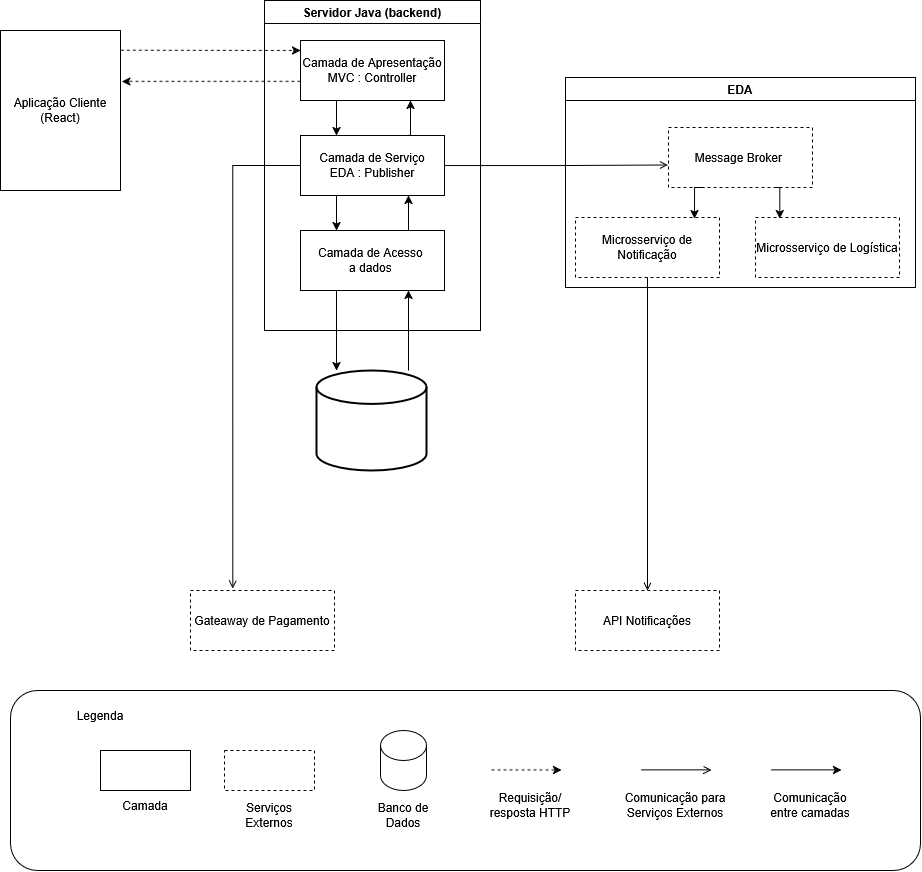
The draw.io diagram Diagramas/visao-arquitetural/Visao arquitetural.drawio.png in vaniacourses/Floricultura-PRPP, before a commit. Source tidied: cells renumbered, new cells last; positions are measured from the earlier drawing's top-left corner, leaving out a move shared by most shapes.
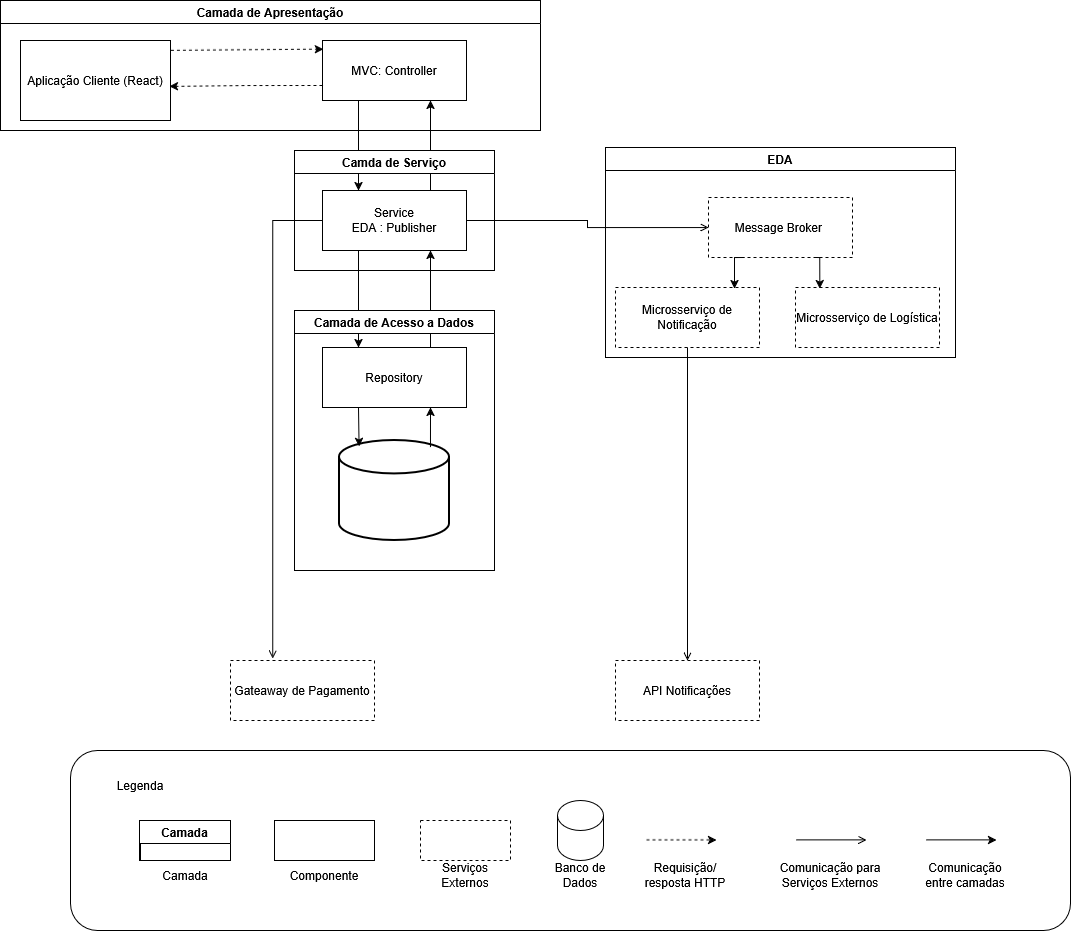
The same file after the commit.

Commit message:
Atualizar diagrama de Visão Arquitetural

Change to the diagram source:
```diff
@@ -2,40 +2,8 @@
   <root>
     <mxCell id="0" />
     <mxCell id="1" parent="0" />
-    <mxCell id="2" value="Aplicação Cliente (React)" style="rounded=0;whiteSpace=wrap;html=1;" parent="1" vertex="1">
-      <mxGeometry y="30" width="120" height="160" as="geometry" />
-    </mxCell>
-    <mxCell id="3" value="Servidor Java (backend)" style="swimlane;" parent="1" vertex="1">
-      <mxGeometry x="264" width="216" height="330" as="geometry" />
-    </mxCell>
-    <mxCell id="4" style="edgeStyle=orthogonalEdgeStyle;rounded=0;jettySize=auto;html=1;entryX=0.25;entryY=0;entryDx=0;entryDy=0;exitX=0.25;exitY=1;exitDx=0;exitDy=0;" parent="3" edge="1" source="5" target="8">
-      <mxGeometry relative="1" as="geometry" />
-    </mxCell>
-    <mxCell id="5" value="&lt;div&gt;Camada de Apresentação&lt;/div&gt;&lt;div&gt;MVC : Controller&lt;/div&gt;" style="rounded=0;whiteSpace=wrap;html=1;" parent="3" vertex="1">
-      <mxGeometry x="36" y="40" width="144" height="60" as="geometry" />
-    </mxCell>
-    <mxCell id="6" style="edgeStyle=orthogonalEdgeStyle;rounded=0;jettySize=auto;html=1;entryX=0.25;entryY=0;entryDx=0;entryDy=0;exitX=0.25;exitY=1;exitDx=0;exitDy=0;" parent="3" edge="1" source="8" target="10">
-      <mxGeometry relative="1" as="geometry" />
-    </mxCell>
-    <mxCell id="7" style="edgeStyle=orthogonalEdgeStyle;rounded=0;jettySize=auto;html=1;exitX=0.75;exitY=0;exitDx=0;exitDy=0;" parent="3" edge="1" source="8">
-      <mxGeometry relative="1" as="geometry">
-        <mxPoint x="146" y="100" as="targetPoint" />
-        <Array as="points">
-          <mxPoint x="146" y="135" />
-        </Array>
-      </mxGeometry>
-    </mxCell>
-    <mxCell id="8" value="&lt;div&gt;Camada de Serviço&lt;/div&gt;&lt;div&gt;EDA : Publisher&lt;/div&gt;" style="rounded=0;whiteSpace=wrap;html=1;" parent="3" vertex="1">
-      <mxGeometry x="36" y="135" width="144" height="60" as="geometry" />
-    </mxCell>
-    <mxCell id="9" style="edgeStyle=orthogonalEdgeStyle;rounded=0;jettySize=auto;html=1;entryX=0.75;entryY=1;entryDx=0;entryDy=0;exitX=0.75;exitY=0;exitDx=0;exitDy=0;" parent="3" edge="1" source="10" target="8">
-      <mxGeometry relative="1" as="geometry" />
-    </mxCell>
-    <mxCell id="10" value="Camada de Acesso&amp;nbsp;&lt;div&gt;a dados&amp;nbsp;&lt;/div&gt;" style="rounded=0;whiteSpace=wrap;html=1;" parent="3" vertex="1">
-      <mxGeometry x="36" y="230" width="144" height="60" as="geometry" />
-    </mxCell>
     <mxCell id="11" style="strokeWidth=2;html=1;shape=mxgraph.flowchart.database;whiteSpace=wrap;" parent="1" vertex="1">
-      <mxGeometry x="316" y="370" width="110" height="100" as="geometry" />
+      <mxGeometry x="299" y="370" width="110" height="100" as="geometry" />
     </mxCell>
     <mxCell id="12" value="Gateaway de Pagamento" style="rounded=0;whiteSpace=wrap;html=1;dashed=1;" parent="1" vertex="1">
       <mxGeometry x="190" y="590" width="144" height="60" as="geometry" />
@@ -64,9 +32,6 @@
     <mxCell id="20" style="edgeStyle=orthogonalEdgeStyle;rounded=0;jettySize=auto;html=1;exitX=0.75;exitY=1;exitDx=0;exitDy=0;entryX=0.169;entryY=0.019;entryDx=0;entryDy=0;entryPerimeter=0;" parent="15" edge="1" source="16" target="18">
       <mxGeometry relative="1" as="geometry" />
     </mxCell>
-    <mxCell id="21" style="edgeStyle=orthogonalEdgeStyle;rounded=0;jettySize=auto;html=1;entryX=-0.005;entryY=0.624;entryDx=0;entryDy=0;entryPerimeter=0;endArrow=open;endFill=0;" parent="1" edge="1" source="8" target="16">
-      <mxGeometry relative="1" as="geometry" />
-    </mxCell>
     <mxCell id="22" style="edgeStyle=orthogonalEdgeStyle;rounded=0;jettySize=auto;html=1;entryX=0.5;entryY=0;entryDx=0;entryDy=0;endArrow=open;endFill=0;" parent="1" edge="1" source="17" target="13">
       <mxGeometry relative="1" as="geometry" />
     </mxCell>
@@ -80,64 +45,103 @@
       <mxGeometry x="115" y="790" width="60" height="30" as="geometry" />
     </mxCell>
     <mxCell id="26" style="shape=cylinder3;whiteSpace=wrap;html=1;boundedLbl=1;backgroundOutline=1;size=15;" parent="1" vertex="1">
-      <mxGeometry x="380" y="730" width="46" height="60" as="geometry" />
+      <mxGeometry x="517" y="730" width="46" height="60" as="geometry" />
     </mxCell>
     <mxCell id="27" style="endArrow=classic;html=1;rounded=0;fillColor=#FFFFFF;" parent="1" edge="1">
       <mxGeometry relative="1" as="geometry">
-        <mxPoint x="771" y="769.4" as="sourcePoint" />
-        <mxPoint x="841" y="769.4" as="targetPoint" />
+        <mxPoint x="886" y="769.4" as="sourcePoint" />
+        <mxPoint x="956" y="769.4" as="targetPoint" />
       </mxGeometry>
     </mxCell>
     <mxCell id="28" value="Comunicação entre camadas" style="text;html=1;whiteSpace=wrap;strokeColor=none;fillColor=none;align=center;verticalAlign=middle;rounded=0;" parent="1" vertex="1">
-      <mxGeometry x="760" y="790" width="100" height="30" as="geometry" />
+      <mxGeometry x="875" y="790" width="100" height="30" as="geometry" />
     </mxCell>
     <mxCell id="29" value="Requisição/resposta HTTP" style="text;html=1;whiteSpace=wrap;strokeColor=none;fillColor=none;align=center;verticalAlign=middle;rounded=0;" parent="1" vertex="1">
-      <mxGeometry x="480" y="790" width="100" height="30" as="geometry" />
+      <mxGeometry x="595" y="790" width="100" height="30" as="geometry" />
     </mxCell>
     <mxCell id="30" value="Banco de&lt;br&gt;Dados" style="text;html=1;whiteSpace=wrap;strokeColor=none;fillColor=none;align=center;verticalAlign=middle;rounded=0;" parent="1" vertex="1">
-      <mxGeometry x="373" y="800" width="60" height="30" as="geometry" />
+      <mxGeometry x="510" y="790" width="60" height="30" as="geometry" />
     </mxCell>
     <mxCell id="31" style="endArrow=classic;html=1;rounded=0;fillColor=#FFFFFF;dashed=1;" parent="1" edge="1">
       <mxGeometry relative="1" as="geometry">
-        <mxPoint x="491" y="769.4" as="sourcePoint" />
-        <mxPoint x="561" y="769.4" as="targetPoint" />
+        <mxPoint x="606" y="769.4" as="sourcePoint" />
+        <mxPoint x="676" y="769.4" as="targetPoint" />
       </mxGeometry>
     </mxCell>
     <mxCell id="32" value="Comunicação para Serviços Externos" style="text;html=1;whiteSpace=wrap;strokeColor=none;fillColor=none;align=center;verticalAlign=middle;rounded=0;" parent="1" vertex="1">
-      <mxGeometry x="620" y="790" width="110" height="30" as="geometry" />
+      <mxGeometry x="735" y="790" width="110" height="30" as="geometry" />
     </mxCell>
     <mxCell id="33" style="endArrow=open;html=1;rounded=0;fillColor=#FFFFFF;endFill=0;" parent="1" edge="1">
       <mxGeometry relative="1" as="geometry">
-        <mxPoint x="641" y="769.4" as="sourcePoint" />
-        <mxPoint x="711" y="769.4" as="targetPoint" />
+        <mxPoint x="756" y="769.4" as="sourcePoint" />
+        <mxPoint x="826" y="769.4" as="targetPoint" />
       </mxGeometry>
     </mxCell>
     <mxCell id="34" style="rounded=1;whiteSpace=wrap;html=1;fillColor=none;" parent="1" vertex="1">
-      <mxGeometry x="10" y="690" width="910" height="180" as="geometry" />
+      <mxGeometry x="30" y="680" width="1000" height="180" as="geometry" />
     </mxCell>
     <mxCell id="35" style="rounded=0;whiteSpace=wrap;html=1;strokeColor=default;dashed=1;" parent="1" vertex="1">
-      <mxGeometry x="224" y="750" width="90" height="40" as="geometry" />
+      <mxGeometry x="380" y="750" width="90" height="40" as="geometry" />
     </mxCell>
     <mxCell id="36" value="Serviços Externos" style="text;html=1;whiteSpace=wrap;strokeColor=none;fillColor=none;align=center;verticalAlign=middle;rounded=0;" parent="1" vertex="1">
-      <mxGeometry x="239" y="800" width="60" height="30" as="geometry" />
+      <mxGeometry x="395" y="790" width="60" height="30" as="geometry" />
     </mxCell>
-    <mxCell id="37" style="endArrow=classic;html=1;rounded=0;exitX=0.25;exitY=1;exitDx=0;exitDy=0;endFill=1;" parent="1" edge="1" source="10">
-      <mxGeometry relative="1" as="geometry">
-        <mxPoint x="336" y="370" as="targetPoint" />
-      </mxGeometry>
+    <mxCell id="37" style="endArrow=classic;html=1;rounded=0;exitX=0.25;exitY=1;exitDx=0;exitDy=0;endFill=1;entryX=0.178;entryY=0.06;entryDx=0;entryDy=0;entryPerimeter=0;" parent="1" edge="1" source="10" target="11">
+      <mxGeometry relative="1" as="geometry" />
     </mxCell>
-    <mxCell id="38" style="endArrow=classic;html=1;rounded=0;endFill=1;entryX=0.75;entryY=1;entryDx=0;entryDy=0;" parent="1" edge="1" target="10">
-      <mxGeometry relative="1" as="geometry">
-        <mxPoint x="408" y="370" as="sourcePoint" />
-      </mxGeometry>
+    <mxCell id="38" style="endArrow=classic;html=1;rounded=0;endFill=1;entryX=0.75;entryY=1;entryDx=0;entryDy=0;exitX=0.827;exitY=0.066;exitDx=0;exitDy=0;exitPerimeter=0;" parent="1" edge="1" source="11" target="10">
+      <mxGeometry relative="1" as="geometry" />
     </mxCell>
+    <mxCell id="41" value="Camada de Apresentação" style="swimlane;" parent="1" vertex="1">
+      <mxGeometry x="-40" y="-70" width="540" height="130" as="geometry" />
+    </mxCell>
+    <mxCell id="2" value="Aplicação Cliente (React)" style="rounded=0;whiteSpace=wrap;html=1;" parent="41" vertex="1">
+      <mxGeometry x="20" y="40" width="150" height="80" as="geometry" />
+    </mxCell>
+    <mxCell id="5" value="&lt;div&gt;MVC: Controller&lt;/div&gt;" style="rounded=0;whiteSpace=wrap;html=1;" parent="41" vertex="1">
+      <mxGeometry x="322" y="40" width="144" height="60" as="geometry" />
+    </mxCell>
-    <mxCell id="39" style="endArrow=classic;html=1;rounded=0;exitX=1.003;exitY=0.123;exitDx=0;exitDy=0;exitPerimeter=0;dashed=1;" parent="1" edge="1" source="2">
-      <mxGeometry relative="1" as="geometry">
-        <mxPoint x="300" y="50" as="targetPoint" />
-      </mxGeometry>
+    <mxCell id="39" style="endArrow=classic;html=1;rounded=0;exitX=1.003;exitY=0.123;exitDx=0;exitDy=0;exitPerimeter=0;dashed=1;entryX=0.007;entryY=0.143;entryDx=0;entryDy=0;entryPerimeter=0;" parent="41" edge="1" source="2" target="5">
+      <mxGeometry relative="1" as="geometry" />
     </mxCell>
-    <mxCell id="40" style="endArrow=classic;html=1;rounded=0;entryX=1.011;entryY=0.318;entryDx=0;entryDy=0;entryPerimeter=0;exitX=0;exitY=0.681;exitDx=0;exitDy=0;exitPerimeter=0;dashed=1;" parent="1" edge="1" source="5" target="2">
+    <mxCell id="40" style="edgeStyle=orthogonalEdgeStyle;rounded=0;jettySize=auto;html=1;exitX=0;exitY=0.75;exitDx=0;exitDy=0;entryX=0.993;entryY=0.574;entryDx=0;entryDy=0;entryPerimeter=0;dashed=1;" parent="41" edge="1" source="5" target="2">
       <mxGeometry relative="1" as="geometry" />
     </mxCell>
+    <mxCell id="6" style="edgeStyle=orthogonalEdgeStyle;rounded=0;jettySize=auto;html=1;entryX=0.25;entryY=0;entryDx=0;entryDy=0;exitX=0.25;exitY=1;exitDx=0;exitDy=0;" parent="1" edge="1" source="8" target="10">
+      <mxGeometry relative="1" as="geometry" />
+    </mxCell>
+    <mxCell id="9" style="edgeStyle=orthogonalEdgeStyle;rounded=0;jettySize=auto;html=1;entryX=0.75;entryY=1;entryDx=0;entryDy=0;exitX=0.75;exitY=0;exitDx=0;exitDy=0;" parent="1" edge="1" source="10" target="8">
+      <mxGeometry relative="1" as="geometry" />
+    </mxCell>
+    <mxCell id="4" style="edgeStyle=orthogonalEdgeStyle;rounded=0;jettySize=auto;html=1;exitX=0.25;exitY=1;exitDx=0;exitDy=0;entryX=0.25;entryY=0;entryDx=0;entryDy=0;" parent="1" edge="1" source="5" target="8">
+      <mxGeometry relative="1" as="geometry" />
+    </mxCell>
+    <mxCell id="42" style="edgeStyle=orthogonalEdgeStyle;rounded=0;jettySize=auto;html=1;exitX=0.75;exitY=0;exitDx=0;exitDy=0;entryX=0.75;entryY=1;entryDx=0;entryDy=0;" parent="1" edge="1" source="8" target="5">
+      <mxGeometry relative="1" as="geometry" />
+    </mxCell>
+    <mxCell id="43" value="Camda de Serviço" style="swimlane;whiteSpace=wrap;html=1;" parent="1" vertex="1">
+      <mxGeometry x="254" y="80" width="200" height="120" as="geometry" />
+    </mxCell>
+    <mxCell id="8" value="&lt;div&gt;Service&lt;/div&gt;&lt;div&gt;EDA : Publisher&lt;/div&gt;" style="rounded=0;whiteSpace=wrap;html=1;" parent="43" vertex="1">
+      <mxGeometry x="28" y="40" width="144" height="60" as="geometry" />
+    </mxCell>
+    <mxCell id="44" value="Camada de Acesso a Dados" style="swimlane;whiteSpace=wrap;html=1;" parent="1" vertex="1">
+      <mxGeometry x="254" y="240" width="200" height="260" as="geometry" />
+    </mxCell>
+    <mxCell id="10" value="Repository" style="rounded=0;whiteSpace=wrap;html=1;" parent="44" vertex="1">
+      <mxGeometry x="28" y="37" width="144" height="60" as="geometry" />
+    </mxCell>
+    <mxCell id="21" style="edgeStyle=orthogonalEdgeStyle;rounded=0;jettySize=auto;html=1;exitX=1;exitY=0.5;exitDx=0;exitDy=0;endArrow=open;endFill=0;" parent="1" edge="1" source="8" target="16">
+      <mxGeometry relative="1" as="geometry" />
+    </mxCell>
+    <mxCell id="45" value="Camada" style="swimlane;whiteSpace=wrap;html=1;" parent="1" vertex="1">
+      <mxGeometry x="99" y="750" width="91" height="40" as="geometry" />
+    </mxCell>
+    <mxCell id="46" style="rounded=0;whiteSpace=wrap;html=1;" parent="1" vertex="1">
+      <mxGeometry x="234" y="750" width="100" height="40" as="geometry" />
+    </mxCell>
+    <mxCell id="47" value="Componente" style="text;html=1;whiteSpace=wrap;strokeColor=none;fillColor=none;align=center;verticalAlign=middle;rounded=0;" parent="1" vertex="1">
+      <mxGeometry x="248" y="790" width="72" height="30" as="geometry" />
+    </mxCell>
   </root>
 </mxGraphModel>
```
